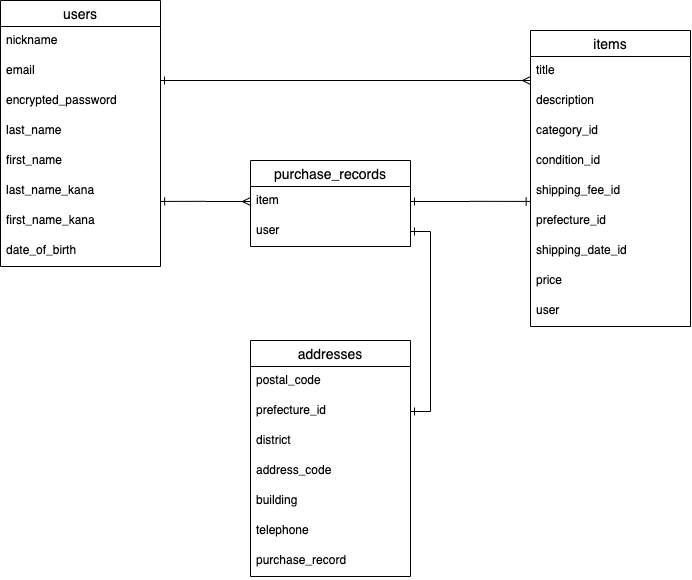
maiche/furima-34426 keeps this draw.io diagram as table.png. Above is the earlier version. Source tidied: cells renumbered, new cells last; positions are measured from the earlier drawing's top-left corner, leaving out a move shared by most shapes.
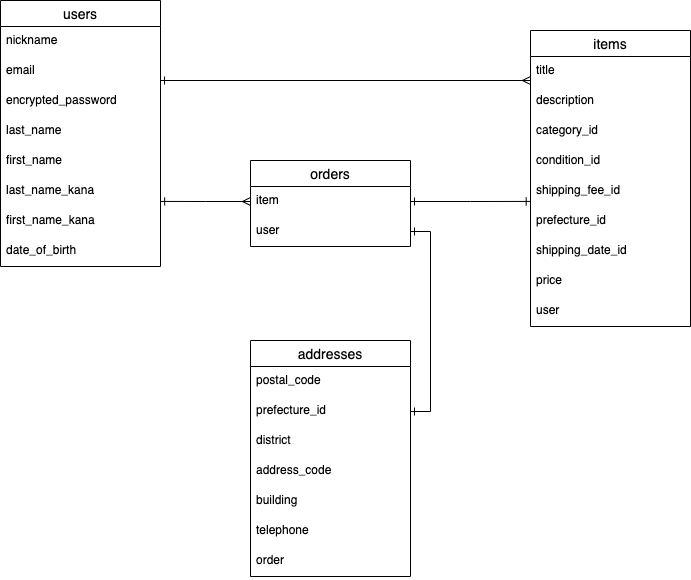
The same file after the commit.

The edit, as a diff of the source:
```diff
@@ -59,7 +59,7 @@
     <mxCell id="20" value="user" style="text;strokeColor=none;fillColor=none;spacingLeft=4;spacingRight=4;overflow=hidden;fontSize=12;" parent="11" vertex="1">
       <mxGeometry y="266" width="160" height="30" as="geometry" />
     </mxCell>
-    <mxCell id="21" value="purchase_records" style="swimlane;fontStyle=0;horizontal=1;startSize=26;align=center;fontSize=14;" parent="1" vertex="1">
+    <mxCell id="21" value="orders" style="swimlane;fontStyle=0;horizontal=1;startSize=26;align=center;fontSize=14;" parent="1" vertex="1">
       <mxGeometry x="250" y="160" width="160" height="86" as="geometry" />
     </mxCell>
     <mxCell id="22" value="item" style="text;strokeColor=none;fillColor=none;spacingLeft=4;spacingRight=4;overflow=hidden;points=[[0,0.5],[1,0.5]];portConstraint=eastwest;fontSize=12;" parent="21" vertex="1">
@@ -89,7 +89,7 @@
     <mxCell id="30" value="telephone" style="text;strokeColor=none;fillColor=none;spacingLeft=4;spacingRight=4;overflow=hidden;fontSize=12;" parent="24" vertex="1">
       <mxGeometry y="176" width="160" height="30" as="geometry" />
     </mxCell>
-    <mxCell id="31" value="purchase_record" style="text;strokeColor=none;fillColor=none;spacingLeft=4;spacingRight=4;overflow=hidden;fontSize=12;" parent="24" vertex="1">
+    <mxCell id="31" value="order" style="text;strokeColor=none;fillColor=none;spacingLeft=4;spacingRight=4;overflow=hidden;fontSize=12;" parent="24" vertex="1">
       <mxGeometry y="206" width="160" height="30" as="geometry" />
     </mxCell>
     <mxCell id="32" style="edgeStyle=orthogonalEdgeStyle;rounded=0;orthogonalLoop=1;jettySize=auto;html=1;startArrow=ERone;startFill=0;endArrow=ERmany;endFill=0;strokeWidth=1;" parent="1" edge="1">
```
